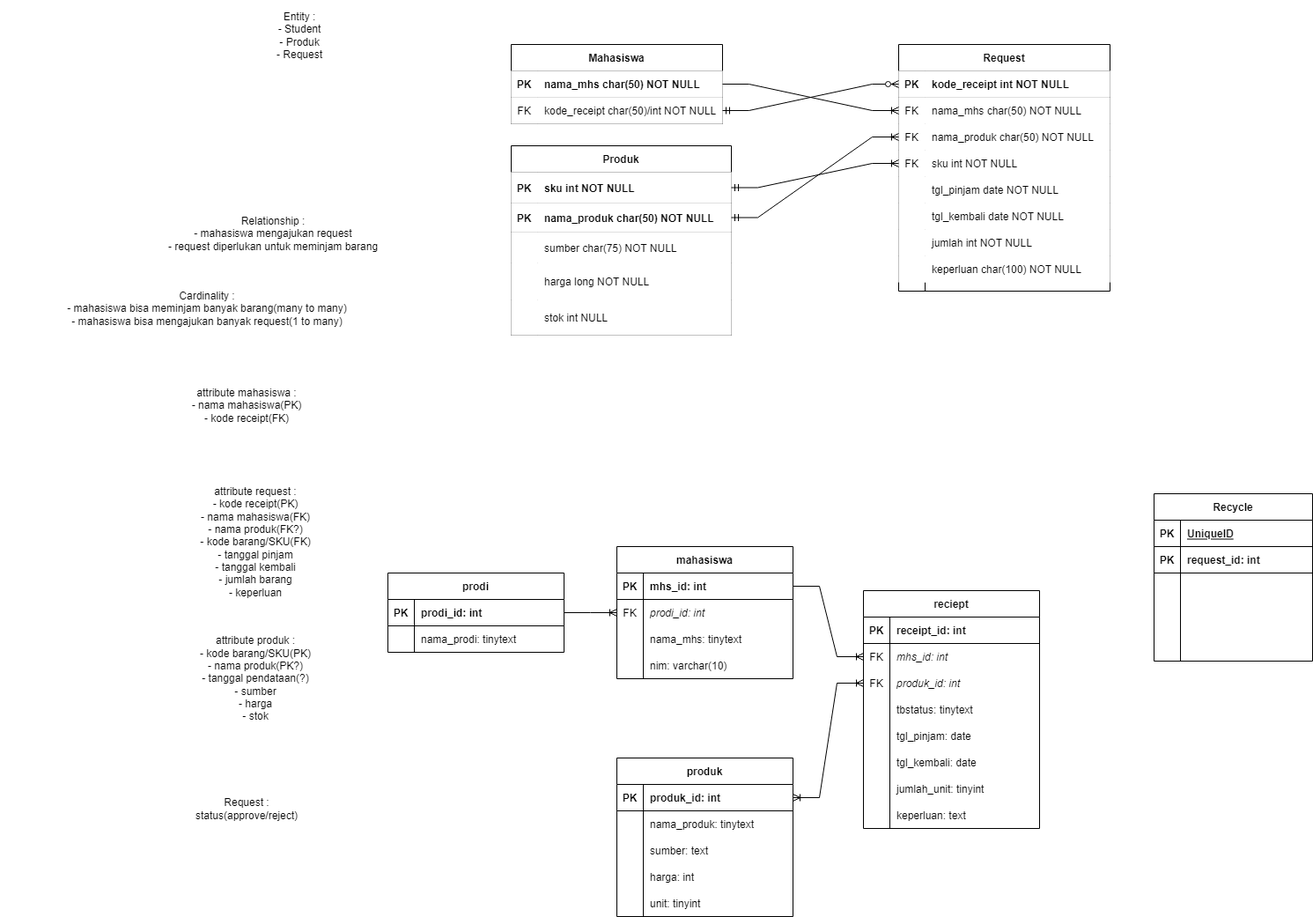
Earlier version of the draw.io export diagrams/ER diagram.drawio.png (johannfac/aplikasipeminjamanaset). Source tidied: cells renumbered, new cells last; positions are measured from the earlier drawing's top-left corner, leaving out a move shared by most shapes.
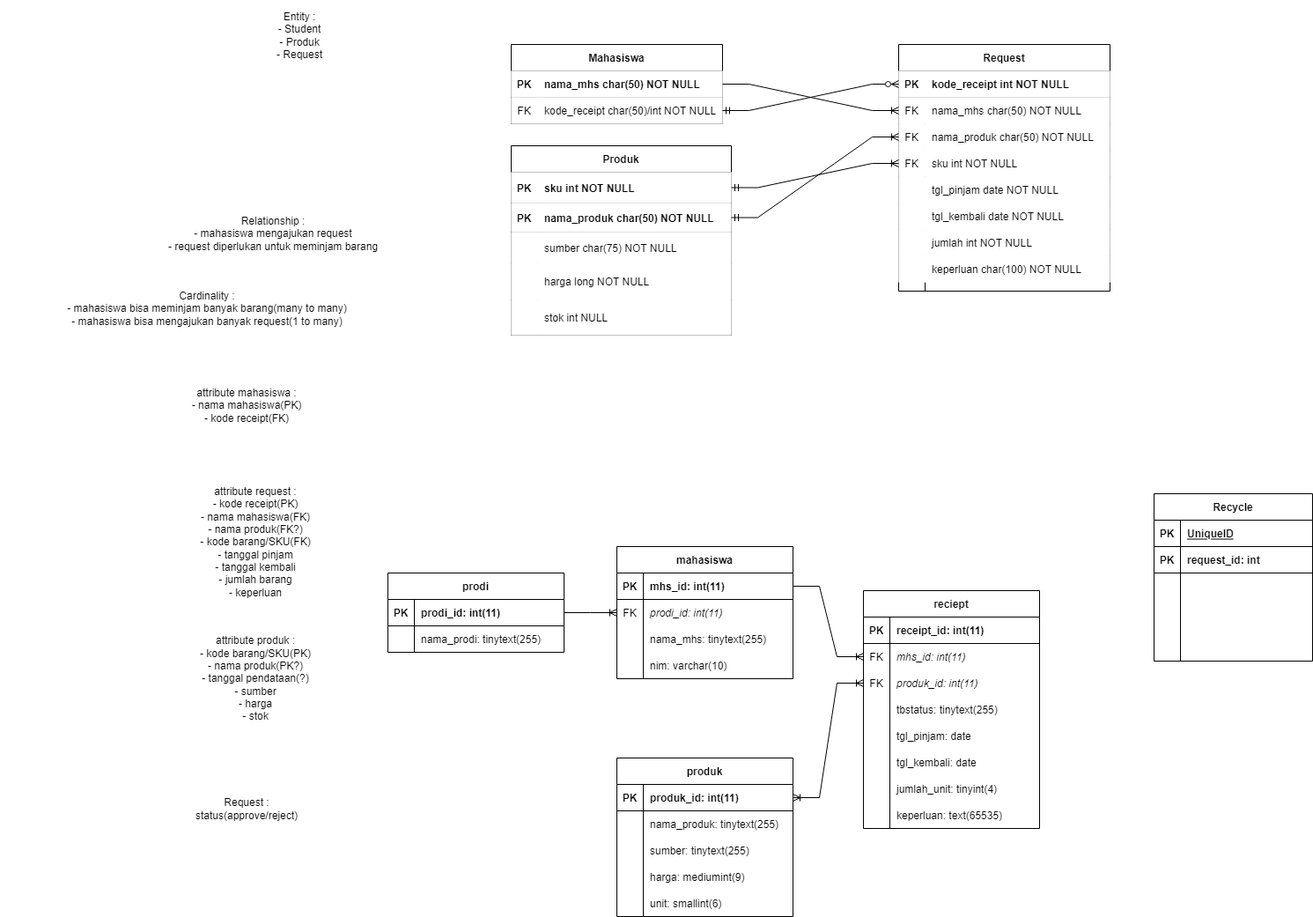
The same file after the commit.

The edit, as a diff of the source:
```diff
@@ -185,7 +185,7 @@
     <mxCell id="62" value="PK" style="shape=partialRectangle;fillColor=none;top=0;left=0;bottom=0;right=0;fontStyle=1;overflow=hidden;fontColor=default;strokeColor=default;" parent="61" vertex="1">
       <mxGeometry width="30" height="30" as="geometry" />
     </mxCell>
-    <mxCell id="63" value="mhs_id: int" style="shape=partialRectangle;fillColor=none;top=0;left=0;bottom=0;right=0;align=left;spacingLeft=6;fontStyle=1;overflow=hidden;fontColor=default;strokeColor=default;" parent="61" vertex="1">
+    <mxCell id="63" value="mhs_id: int(11)" style="shape=partialRectangle;fillColor=none;top=0;left=0;bottom=0;right=0;align=left;spacingLeft=6;fontStyle=1;overflow=hidden;fontColor=default;strokeColor=default;" parent="61" vertex="1">
       <mxGeometry x="30" width="170" height="30" as="geometry" />
     </mxCell>
     <mxCell id="64" style="shape=partialRectangle;fillColor=none;top=0;left=0;bottom=0;right=0;points=[[0,0.5],[1,0.5]];portConstraint=eastwest;fontColor=default;strokeColor=default;" parent="60" vertex="1">
@@ -194,7 +194,7 @@
     <mxCell id="65" value="FK" style="shape=partialRectangle;fillColor=none;top=0;left=0;bottom=0;right=0;overflow=hidden;fontColor=default;strokeColor=default;fontStyle=0;" parent="64" vertex="1">
       <mxGeometry width="30" height="30" as="geometry" />
     </mxCell>
-    <mxCell id="66" value="prodi_id: int" style="shape=partialRectangle;fillColor=none;top=0;left=0;bottom=0;right=0;align=left;spacingLeft=6;overflow=hidden;fontColor=default;strokeColor=default;fontStyle=2;" parent="64" vertex="1">
+    <mxCell id="66" value="prodi_id: int(11)" style="shape=partialRectangle;fillColor=none;top=0;left=0;bottom=0;right=0;align=left;spacingLeft=6;overflow=hidden;fontColor=default;strokeColor=default;fontStyle=2;" parent="64" vertex="1">
       <mxGeometry x="30" width="170" height="30" as="geometry" />
     </mxCell>
     <mxCell id="67" style="shape=partialRectangle;fillColor=none;top=0;left=0;bottom=0;right=0;fontColor=default;strokeColor=default;" parent="60" vertex="1">
@@ -203,7 +203,7 @@
     <mxCell id="68" style="shape=partialRectangle;fillColor=none;top=0;left=0;bottom=0;right=0;overflow=hidden;fontColor=default;strokeColor=default;" parent="67" vertex="1">
       <mxGeometry width="30" height="30" as="geometry" />
     </mxCell>
-    <mxCell id="69" value="nama_mhs: tinytext" style="shape=partialRectangle;fillColor=none;top=0;left=0;bottom=0;right=0;align=left;spacingLeft=6;overflow=hidden;fontColor=default;strokeColor=default;" parent="67" vertex="1">
+    <mxCell id="69" value="nama_mhs: tinytext(255)" style="shape=partialRectangle;fillColor=none;top=0;left=0;bottom=0;right=0;align=left;spacingLeft=6;overflow=hidden;fontColor=default;strokeColor=default;" parent="67" vertex="1">
       <mxGeometry x="30" width="170" height="30" as="geometry" />
     </mxCell>
     <mxCell id="70" style="shape=partialRectangle;fillColor=none;top=0;left=0;bottom=0;right=0;fontColor=default;strokeColor=default;" parent="60" vertex="1">
@@ -224,7 +224,7 @@
     <mxCell id="75" value="PK" style="shape=partialRectangle;fillColor=none;top=0;left=0;bottom=0;right=0;fontStyle=1;overflow=hidden;fontColor=default;strokeColor=default;" parent="74" vertex="1">
       <mxGeometry width="30" height="30" as="geometry" />
     </mxCell>
-    <mxCell id="76" value="produk_id: int" style="shape=partialRectangle;fillColor=none;top=0;left=0;bottom=0;right=0;align=left;spacingLeft=6;fontStyle=1;overflow=hidden;fontColor=default;strokeColor=default;" parent="74" vertex="1">
+    <mxCell id="76" value="produk_id: int(11)" style="shape=partialRectangle;fillColor=none;top=0;left=0;bottom=0;right=0;align=left;spacingLeft=6;fontStyle=1;overflow=hidden;fontColor=default;strokeColor=default;" parent="74" vertex="1">
       <mxGeometry x="30" width="170" height="30" as="geometry" />
     </mxCell>
     <mxCell id="77" style="shape=partialRectangle;fillColor=none;top=0;left=0;bottom=0;right=0;fontColor=default;strokeColor=default;" parent="73" vertex="1">
@@ -233,7 +233,7 @@
     <mxCell id="78" style="shape=partialRectangle;fillColor=none;top=0;left=0;bottom=0;right=0;overflow=hidden;fontColor=default;strokeColor=default;" parent="77" vertex="1">
       <mxGeometry width="30" height="30" as="geometry" />
     </mxCell>
-    <mxCell id="79" value="nama_produk: tinytext" style="shape=partialRectangle;fillColor=none;top=0;left=0;bottom=0;right=0;align=left;spacingLeft=6;overflow=hidden;fontColor=default;strokeColor=default;" parent="77" vertex="1">
+    <mxCell id="79" value="nama_produk: tinytext(255)" style="shape=partialRectangle;fillColor=none;top=0;left=0;bottom=0;right=0;align=left;spacingLeft=6;overflow=hidden;fontColor=default;strokeColor=default;" parent="77" vertex="1">
       <mxGeometry x="30" width="170" height="30" as="geometry" />
     </mxCell>
     <mxCell id="80" style="shape=partialRectangle;fillColor=none;top=0;left=0;bottom=0;right=0;fontColor=default;strokeColor=default;" parent="73" vertex="1">
@@ -242,7 +242,7 @@
     <mxCell id="81" style="shape=partialRectangle;fillColor=none;top=0;left=0;bottom=0;right=0;overflow=hidden;fontColor=default;strokeColor=default;" parent="80" vertex="1">
       <mxGeometry width="30" height="30" as="geometry" />
     </mxCell>
-    <mxCell id="82" value="sumber: text" style="shape=partialRectangle;fillColor=none;top=0;left=0;bottom=0;right=0;align=left;spacingLeft=6;overflow=hidden;fontColor=default;strokeColor=default;" parent="80" vertex="1">
+    <mxCell id="82" value="sumber: tinytext(255)" style="shape=partialRectangle;fillColor=none;top=0;left=0;bottom=0;right=0;align=left;spacingLeft=6;overflow=hidden;fontColor=default;strokeColor=default;" parent="80" vertex="1">
       <mxGeometry x="30" width="170" height="30" as="geometry" />
     </mxCell>
     <mxCell id="83" style="shape=partialRectangle;fillColor=none;top=0;left=0;bottom=0;right=0;fontColor=default;strokeColor=default;" parent="73" vertex="1">
@@ -251,7 +251,7 @@
     <mxCell id="84" style="shape=partialRectangle;fillColor=none;top=0;left=0;bottom=0;right=0;overflow=hidden;fontColor=default;strokeColor=default;" parent="83" vertex="1">
       <mxGeometry width="30" height="30" as="geometry" />
     </mxCell>
-    <mxCell id="85" value="harga: int" style="shape=partialRectangle;fillColor=none;top=0;left=0;bottom=0;right=0;align=left;spacingLeft=6;overflow=hidden;fontColor=default;strokeColor=default;" parent="83" vertex="1">
+    <mxCell id="85" value="harga: mediumint(9)" style="shape=partialRectangle;fillColor=none;top=0;left=0;bottom=0;right=0;align=left;spacingLeft=6;overflow=hidden;fontColor=default;strokeColor=default;" parent="83" vertex="1">
       <mxGeometry x="30" width="170" height="30" as="geometry" />
     </mxCell>
     <mxCell id="86" style="shape=partialRectangle;fillColor=none;top=0;left=0;bottom=0;right=0;fontColor=default;strokeColor=default;" parent="73" vertex="1">
@@ -260,7 +260,7 @@
     <mxCell id="87" style="shape=partialRectangle;fillColor=none;top=0;left=0;bottom=0;right=0;overflow=hidden;fontColor=default;strokeColor=default;" parent="86" vertex="1">
       <mxGeometry width="30" height="30" as="geometry" />
     </mxCell>
-    <mxCell id="88" value="unit: tinyint" style="shape=partialRectangle;fillColor=none;top=0;left=0;bottom=0;right=0;align=left;spacingLeft=6;overflow=hidden;fontColor=default;strokeColor=default;" parent="86" vertex="1">
+    <mxCell id="88" value="unit: smallint(6)" style="shape=partialRectangle;fillColor=none;top=0;left=0;bottom=0;right=0;align=left;spacingLeft=6;overflow=hidden;fontColor=default;strokeColor=default;" parent="86" vertex="1">
       <mxGeometry x="30" width="170" height="30" as="geometry" />
     </mxCell>
     <mxCell id="89" value="reciept" style="shape=table;startSize=30;rowLines=0;fontStyle=1;align=center;fontColor=default;strokeColor=default;fillColor=none;" parent="1" vertex="1">
@@ -272,7 +272,7 @@
     <mxCell id="91" value="PK" style="shape=partialRectangle;fillColor=none;top=0;left=0;bottom=0;right=0;fontStyle=1;overflow=hidden;fontColor=default;strokeColor=default;" parent="90" vertex="1">
       <mxGeometry width="30" height="30" as="geometry" />
     </mxCell>
-    <mxCell id="92" value="receipt_id: int" style="shape=partialRectangle;fillColor=none;top=0;left=0;bottom=0;right=0;align=left;spacingLeft=6;fontStyle=1;overflow=hidden;fontColor=default;strokeColor=default;" parent="90" vertex="1">
+    <mxCell id="92" value="receipt_id: int(11)" style="shape=partialRectangle;fillColor=none;top=0;left=0;bottom=0;right=0;align=left;spacingLeft=6;fontStyle=1;overflow=hidden;fontColor=default;strokeColor=default;" parent="90" vertex="1">
       <mxGeometry x="30" width="170" height="30" as="geometry" />
     </mxCell>
     <mxCell id="93" style="shape=partialRectangle;fillColor=none;top=0;left=0;bottom=0;right=0;points=[[0,0.5],[1,0.5]];portConstraint=eastwest;fontColor=default;strokeColor=default;" parent="89" vertex="1">
@@ -281,7 +281,7 @@
     <mxCell id="94" value="FK" style="shape=partialRectangle;fillColor=none;top=0;left=0;bottom=0;right=0;overflow=hidden;fontColor=default;strokeColor=default;fontStyle=0;" parent="93" vertex="1">
       <mxGeometry width="30" height="30" as="geometry" />
     </mxCell>
-    <mxCell id="95" value="mhs_id: int" style="shape=partialRectangle;fillColor=none;top=0;left=0;bottom=0;right=0;align=left;spacingLeft=6;overflow=hidden;fontColor=default;strokeColor=default;fontStyle=2;" parent="93" vertex="1">
+    <mxCell id="95" value="mhs_id: int(11)" style="shape=partialRectangle;fillColor=none;top=0;left=0;bottom=0;right=0;align=left;spacingLeft=6;overflow=hidden;fontColor=default;strokeColor=default;fontStyle=2;" parent="93" vertex="1">
       <mxGeometry x="30" width="170" height="30" as="geometry" />
     </mxCell>
     <mxCell id="96" style="shape=partialRectangle;fillColor=none;top=0;left=0;bottom=0;right=0;points=[[0,0.5],[1,0.5]];portConstraint=eastwest;fontColor=default;strokeColor=default;" parent="89" vertex="1">
@@ -290,7 +290,7 @@
     <mxCell id="97" value="FK" style="shape=partialRectangle;fillColor=none;top=0;left=0;bottom=0;right=0;overflow=hidden;fontColor=default;strokeColor=default;fontStyle=0;" parent="96" vertex="1">
       <mxGeometry width="30" height="30" as="geometry" />
     </mxCell>
-    <mxCell id="98" value="produk_id: int" style="shape=partialRectangle;fillColor=none;top=0;left=0;bottom=0;right=0;align=left;spacingLeft=6;overflow=hidden;fontColor=default;strokeColor=default;fontStyle=2;" parent="96" vertex="1">
+    <mxCell id="98" value="produk_id: int(11)" style="shape=partialRectangle;fillColor=none;top=0;left=0;bottom=0;right=0;align=left;spacingLeft=6;overflow=hidden;fontColor=default;strokeColor=default;fontStyle=2;" parent="96" vertex="1">
       <mxGeometry x="30" width="170" height="30" as="geometry" />
     </mxCell>
     <mxCell id="99" style="shape=partialRectangle;fillColor=none;top=0;left=0;bottom=0;right=0;fontColor=default;strokeColor=default;" parent="89" vertex="1">
@@ -299,7 +299,7 @@
     <mxCell id="100" style="shape=partialRectangle;fillColor=none;top=0;left=0;bottom=0;right=0;overflow=hidden;fontColor=default;strokeColor=default;" parent="99" vertex="1">
       <mxGeometry width="30" height="30" as="geometry" />
     </mxCell>
-    <mxCell id="101" value="tbstatus: tinytext" style="shape=partialRectangle;fillColor=none;top=0;left=0;bottom=0;right=0;align=left;spacingLeft=6;overflow=hidden;fontColor=default;strokeColor=default;" parent="99" vertex="1">
+    <mxCell id="101" value="tbstatus: tinytext(255)" style="shape=partialRectangle;fillColor=none;top=0;left=0;bottom=0;right=0;align=left;spacingLeft=6;overflow=hidden;fontColor=default;strokeColor=default;" parent="99" vertex="1">
       <mxGeometry x="30" width="170" height="30" as="geometry" />
     </mxCell>
     <mxCell id="102" style="shape=partialRectangle;fillColor=none;top=0;left=0;bottom=0;right=0;fontColor=default;strokeColor=default;" parent="89" vertex="1">
@@ -326,7 +326,7 @@
     <mxCell id="109" style="shape=partialRectangle;fillColor=none;top=0;left=0;bottom=0;right=0;overflow=hidden;fontColor=default;strokeColor=default;" parent="108" vertex="1">
       <mxGeometry width="30" height="30" as="geometry" />
     </mxCell>
-    <mxCell id="110" value="jumlah_unit: tinyint" style="shape=partialRectangle;fillColor=none;top=0;left=0;bottom=0;right=0;align=left;spacingLeft=6;overflow=hidden;fontColor=default;strokeColor=default;" parent="108" vertex="1">
+    <mxCell id="110" value="jumlah_unit: tinyint(4)" style="shape=partialRectangle;fillColor=none;top=0;left=0;bottom=0;right=0;align=left;spacingLeft=6;overflow=hidden;fontColor=default;strokeColor=default;" parent="108" vertex="1">
       <mxGeometry x="30" width="170" height="30" as="geometry" />
     </mxCell>
     <mxCell id="111" style="shape=partialRectangle;fillColor=none;top=0;left=0;bottom=0;right=0;fontColor=default;strokeColor=default;" parent="89" vertex="1">
@@ -335,7 +335,7 @@
     <mxCell id="112" style="shape=partialRectangle;fillColor=none;top=0;left=0;bottom=0;right=0;overflow=hidden;fontColor=default;strokeColor=default;" parent="111" vertex="1">
       <mxGeometry width="30" height="30" as="geometry" />
     </mxCell>
-    <mxCell id="113" value="keperluan: text" style="shape=partialRectangle;fillColor=none;top=0;left=0;bottom=0;right=0;align=left;spacingLeft=6;overflow=hidden;fontColor=default;strokeColor=default;" parent="111" vertex="1">
+    <mxCell id="113" value="keperluan: text(65535)" style="shape=partialRectangle;fillColor=none;top=0;left=0;bottom=0;right=0;align=left;spacingLeft=6;overflow=hidden;fontColor=default;strokeColor=default;" parent="111" vertex="1">
       <mxGeometry x="30" width="170" height="30" as="geometry" />
     </mxCell>
     <mxCell id="114" value="Recycle" style="shape=table;startSize=30;rowLines=0;fontStyle=1;align=center;fontColor=default;strokeColor=default;fillColor=default;" parent="1" vertex="1">
@@ -401,7 +401,7 @@
     <mxCell id="134" value="PK" style="shape=partialRectangle;fillColor=none;top=0;left=0;bottom=0;right=0;fontStyle=1;overflow=hidden;fontColor=default;strokeColor=default;" parent="133" vertex="1">
       <mxGeometry width="30" height="30" as="geometry" />
     </mxCell>
-    <mxCell id="135" value="prodi_id: int" style="shape=partialRectangle;fillColor=none;top=0;left=0;bottom=0;right=0;align=left;spacingLeft=6;fontStyle=1;overflow=hidden;fontColor=default;strokeColor=default;" parent="133" vertex="1">
+    <mxCell id="135" value="prodi_id: int(11)" style="shape=partialRectangle;fillColor=none;top=0;left=0;bottom=0;right=0;align=left;spacingLeft=6;fontStyle=1;overflow=hidden;fontColor=default;strokeColor=default;" parent="133" vertex="1">
       <mxGeometry x="30" width="170" height="30" as="geometry" />
     </mxCell>
     <mxCell id="136" style="shape=partialRectangle;fillColor=none;top=0;left=0;bottom=0;right=0;fontColor=default;strokeColor=default;" parent="132" vertex="1">
@@ -410,7 +410,7 @@
     <mxCell id="137" style="shape=partialRectangle;fillColor=none;top=0;left=0;bottom=0;right=0;overflow=hidden;fontColor=default;strokeColor=default;" parent="136" vertex="1">
       <mxGeometry width="30" height="30" as="geometry" />
     </mxCell>
-    <mxCell id="138" value="nama_prodi: tinytext" style="shape=partialRectangle;fillColor=none;top=0;left=0;bottom=0;right=0;align=left;spacingLeft=6;overflow=hidden;fontColor=default;strokeColor=default;" parent="136" vertex="1">
+    <mxCell id="138" value="nama_prodi: tinytext(255)" style="shape=partialRectangle;fillColor=none;top=0;left=0;bottom=0;right=0;align=left;spacingLeft=6;overflow=hidden;fontColor=default;strokeColor=default;" parent="136" vertex="1">
       <mxGeometry x="30" width="170" height="30" as="geometry" />
     </mxCell>
     <mxCell id="139" style="edgeStyle=entityRelationEdgeStyle;fontSize=12;html=1;endArrow=ERoneToMany;rounded=0;labelBackgroundColor=default;fontColor=default;strokeColor=default;fillColor=default;exitX=1;exitY=0.5;exitDx=0;exitDy=0;entryX=0;entryY=0.5;entryDx=0;entryDy=0;" parent="1" edge="1" source="133" target="64">
```
